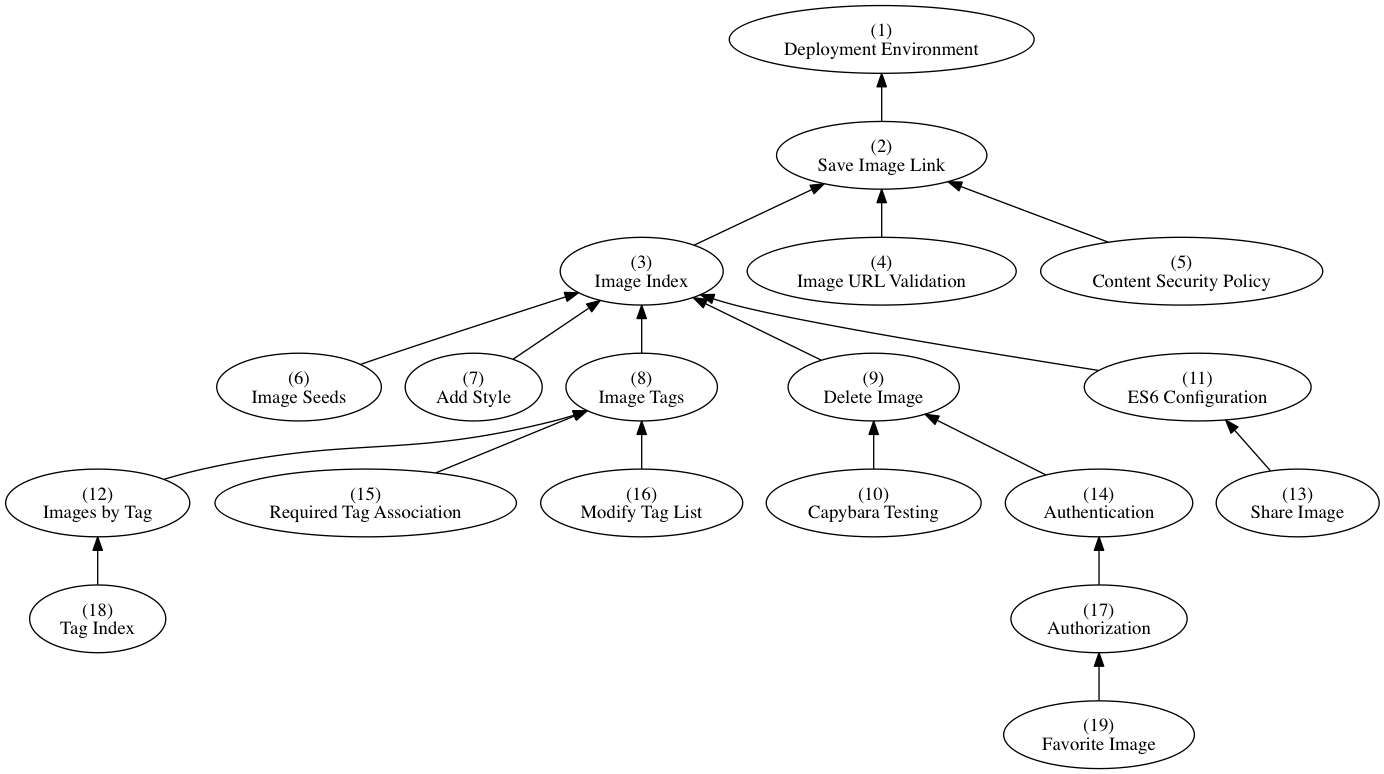
The Graphviz diagram dependencies.png in AppFolioOnboarding/tasks, before a commit. Its source is kept beside it as dependencies.dot. The source it was exported from:
```dot
digraph Dependencies {
  rankdir=BT;

  "Deployment Environment" [label="(1)\nDeployment Environment"]
  "Save Image Link" [label="(2)\nSave Image Link"]
  "Image Index" [label="(3)\nImage Index"]
  "Image URL Validation" [label="(4)\nImage URL Validation"]
  "Content Security Policy" [label="(5)\nContent Security Policy"]
  "Image Seeds" [label="(6)\nImage Seeds"]
  "Add Style" [label="(7)\nAdd Style"]
  "Image Tags" [label="(8)\nImage Tags"]
  "Delete Image" [label="(9)\nDelete Image"]
  "Capybara Testing" [label="(10)\nCapybara Testing"]
  "ES6 Configuration" [label="(11)\nES6 Configuration"]
  "Images by Tag" [label="(12)\nImages by Tag"]
  "Share Image" [label="(13)\nShare Image"]
  "Authentication" [label="(14)\nAuthentication"]
  "Required Tag Association" [label="(15)\nRequired Tag Association"]
  "Modify Tag List" [label="(16)\nModify Tag List"]
  "Authorization" [label="(17)\nAuthorization"]
  "Tag Index" [label="(18)\nTag Index"]
  "Favorite Image" [label="(19)\nFavorite Image"]

  "Add Style" -> "Image Index"
  "Authentication" -> "Delete Image"
  "Authorization" -> "Authentication"
  "Capybara Testing" -> "Delete Image"
  "Content Security Policy" -> "Save Image Link"
  "Delete Image" -> "Image Index"
  "ES6 Configuration" -> "Image Index"
  "Favorite Image" -> "Authorization"
  "Image Index" -> "Save Image Link"
  "Image Seeds" -> "Image Index"
  "Image Tags" -> "Image Index"
  "Image URL Validation" -> "Save Image Link"
  "Images by Tag" -> "Image Tags"
  "Modify Tag List" -> "Image Tags"
  "Required Tag Association" -> "Image Tags"
  "Save Image Link" -> "Deployment Environment"
  "Share Image" -> "ES6 Configuration"
  "Tag Index" -> "Images by Tag"
}
```
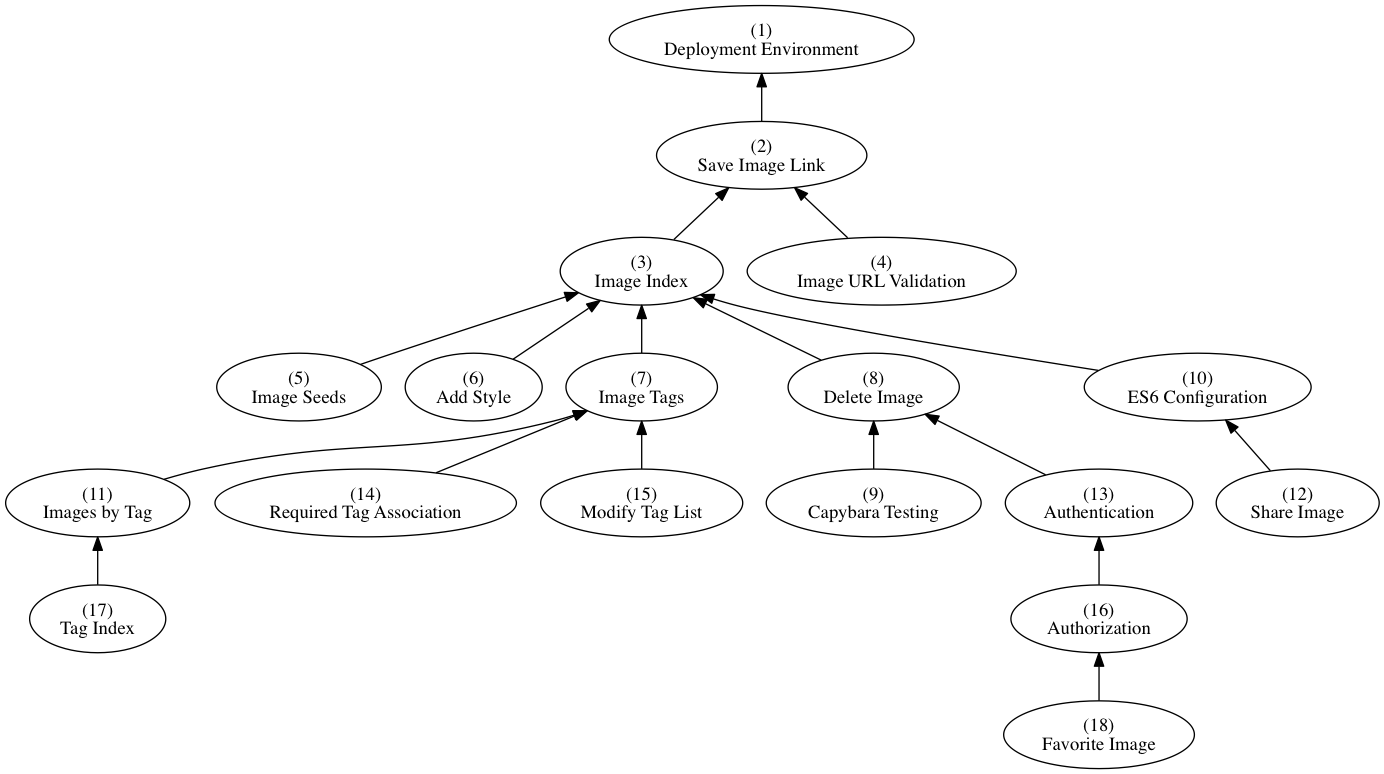
The same file after the commit.

Diff of the diagram source:
```diff
@@ -5,27 +5,25 @@
   "Save Image Link" [label="(2)\nSave Image Link"]
   "Image Index" [label="(3)\nImage Index"]
   "Image URL Validation" [label="(4)\nImage URL Validation"]
-  "Content Security Policy" [label="(5)\nContent Security Policy"]
-  "Image Seeds" [label="(6)\nImage Seeds"]
-  "Add Style" [label="(7)\nAdd Style"]
-  "Image Tags" [label="(8)\nImage Tags"]
-  "Delete Image" [label="(9)\nDelete Image"]
-  "Capybara Testing" [label="(10)\nCapybara Testing"]
-  "ES6 Configuration" [label="(11)\nES6 Configuration"]
-  "Images by Tag" [label="(12)\nImages by Tag"]
-  "Share Image" [label="(13)\nShare Image"]
-  "Authentication" [label="(14)\nAuthentication"]
-  "Required Tag Association" [label="(15)\nRequired Tag Association"]
-  "Modify Tag List" [label="(16)\nModify Tag List"]
-  "Authorization" [label="(17)\nAuthorization"]
-  "Tag Index" [label="(18)\nTag Index"]
-  "Favorite Image" [label="(19)\nFavorite Image"]
+  "Image Seeds" [label="(5)\nImage Seeds"]
+  "Add Style" [label="(6)\nAdd Style"]
+  "Image Tags" [label="(7)\nImage Tags"]
+  "Delete Image" [label="(8)\nDelete Image"]
+  "Capybara Testing" [label="(9)\nCapybara Testing"]
+  "ES6 Configuration" [label="(10)\nES6 Configuration"]
+  "Images by Tag" [label="(11)\nImages by Tag"]
+  "Share Image" [label="(12)\nShare Image"]
+  "Authentication" [label="(13)\nAuthentication"]
+  "Required Tag Association" [label="(14)\nRequired Tag Association"]
+  "Modify Tag List" [label="(15)\nModify Tag List"]
+  "Authorization" [label="(16)\nAuthorization"]
+  "Tag Index" [label="(17)\nTag Index"]
+  "Favorite Image" [label="(18)\nFavorite Image"]
 
   "Add Style" -> "Image Index"
   "Authentication" -> "Delete Image"
   "Authorization" -> "Authentication"
   "Capybara Testing" -> "Delete Image"
-  "Content Security Policy" -> "Save Image Link"
   "Delete Image" -> "Image Index"
   "ES6 Configuration" -> "Image Index"
   "Favorite Image" -> "Authorization"
```
